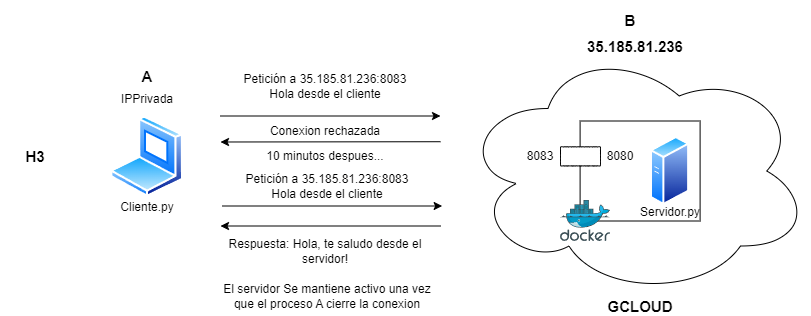
Before: TP1/H3/H3Diagrama.png, a diagram exported from draw.io (LucasLatessa/SDyPP-G3). Source tidied: cells renumbered, new cells last; positions are measured from the earlier drawing's top-left corner, leaving out a move shared by most shapes. Source of this version:
```xml
<mxGraphModel>
  <root>
    <mxCell id="0" />
    <mxCell id="1" parent="0" />
    <mxCell id="2" style="ellipse;shape=cloud;whiteSpace=wrap;html=1;" parent="1" vertex="1">
      <mxGeometry x="460" y="45.5" width="350" height="250" as="geometry" />
    </mxCell>
    <mxCell id="3" style="rounded=0;whiteSpace=wrap;html=1;" parent="1" vertex="1">
      <mxGeometry x="579.6" y="120.5" width="120" height="100" as="geometry" />
    </mxCell>
    <mxCell id="4" style="image;perimeter=ellipsePerimeter;html=1;align=center;shadow=0;dashed=0;spacingTop=3;image=img/lib/active_directory/generic_server.svg;" parent="1" vertex="1">
      <mxGeometry x="650" y="135.5" width="39.2" height="70" as="geometry" />
    </mxCell>
    <mxCell id="5" style="image;perimeter=ellipsePerimeter;html=1;align=center;shadow=0;dashed=0;spacingTop=3;image=img/lib/active_directory/laptop_client.svg;" parent="1" vertex="1">
      <mxGeometry x="110" y="115.5" width="73.3" height="81.4" as="geometry" />
    </mxCell>
    <mxCell id="6" value="IPPrivada&lt;div&gt;&lt;br&gt;&lt;/div&gt;" style="text;html=1;align=center;verticalAlign=middle;whiteSpace=wrap;rounded=0;" parent="1" vertex="1">
      <mxGeometry x="116.7" y="105.5" width="60" as="geometry" />
    </mxCell>
    <mxCell id="7" style="image;sketch=0;html=1;align=center;fontSize=12;image=img/lib/mscae/Docker.svg;" parent="1" vertex="1">
      <mxGeometry x="560" y="200" width="50" height="41" as="geometry" />
    </mxCell>
    <mxCell id="8" style="whiteSpace=wrap;html=1;shape=mxgraph.basic.cloud_rect;" parent="1" vertex="1">
      <mxGeometry x="560" y="146.2" width="40" height="19.3" as="geometry" />
    </mxCell>
    <mxCell id="9" value="&lt;div style=&quot;font-size: 15px;&quot;&gt;&lt;b&gt;35.185.81.236&lt;/b&gt;&lt;/div&gt;" style="text;html=1;align=center;verticalAlign=middle;whiteSpace=wrap;rounded=0;" parent="1" vertex="1">
      <mxGeometry x="550" y="25.5" width="170" height="40" as="geometry" />
    </mxCell>
    <mxCell id="10" value="Servidor.py" style="text;html=1;align=center;verticalAlign=middle;whiteSpace=wrap;rounded=0;" parent="1" vertex="1">
      <mxGeometry x="639.6" y="196.9" width="60" height="30" as="geometry" />
    </mxCell>
    <mxCell id="11" value="8083" style="text;html=1;align=center;verticalAlign=middle;whiteSpace=wrap;rounded=0;" parent="1" vertex="1">
      <mxGeometry x="510" y="141.2" width="60" height="30" as="geometry" />
    </mxCell>
    <mxCell id="12" value="8080" style="text;html=1;align=center;verticalAlign=middle;whiteSpace=wrap;rounded=0;" parent="1" vertex="1">
      <mxGeometry x="590" y="141.2" width="60" height="30" as="geometry" />
    </mxCell>
    <mxCell id="13" style="endArrow=classic;html=1;rounded=0;" parent="1" edge="1">
      <mxGeometry relative="1" as="geometry">
        <mxPoint x="220" y="115.5" as="sourcePoint" />
        <mxPoint x="440" y="115.5" as="targetPoint" />
      </mxGeometry>
    </mxCell>
    <mxCell id="14" value="Petición a 35.185.81.236:8083&lt;div&gt;Hola desde el cliente&lt;/div&gt;" style="text;html=1;align=center;verticalAlign=middle;whiteSpace=wrap;rounded=0;" parent="1" vertex="1">
      <mxGeometry x="220" y="65.5" width="210" height="40" as="geometry" />
    </mxCell>
    <mxCell id="15" style="endArrow=none;html=1;rounded=0;startArrow=classic;startFill=1;endFill=0;" parent="1" edge="1">
      <mxGeometry relative="1" as="geometry">
        <mxPoint x="220" y="225.5" as="sourcePoint" />
        <mxPoint x="440" y="225.5" as="targetPoint" />
      </mxGeometry>
    </mxCell>
    <mxCell id="16" value="Respuesta: Hola, te saludo desde el servidor!" style="text;html=1;align=center;verticalAlign=middle;whiteSpace=wrap;rounded=0;" parent="1" vertex="1">
      <mxGeometry x="220" y="241" width="210" height="20" as="geometry" />
    </mxCell>
    <mxCell id="17" value="&lt;div&gt;Cliente.py&lt;/div&gt;" style="text;html=1;align=center;verticalAlign=middle;whiteSpace=wrap;rounded=0;" parent="1" vertex="1">
      <mxGeometry x="116.7" y="191.9" width="60" height="30" as="geometry" />
    </mxCell>
    <mxCell id="18" value="El servidor Se mantiene activo una vez que el proceso A cierre la conexion" style="text;html=1;align=center;verticalAlign=middle;whiteSpace=wrap;rounded=0;" parent="1" vertex="1">
      <mxGeometry x="221.6" y="285.5" width="210" height="20" as="geometry" />
    </mxCell>
    <mxCell id="19" value="&lt;div style=&quot;font-size: 15px;&quot;&gt;&lt;b&gt;A&lt;/b&gt;&lt;/div&gt;" style="text;html=1;align=center;verticalAlign=middle;whiteSpace=wrap;rounded=0;" parent="1" vertex="1">
      <mxGeometry x="61.7" y="65.5" width="170" height="20" as="geometry" />
    </mxCell>
    <mxCell id="20" value="&lt;div style=&quot;font-size: 15px;&quot;&gt;&lt;b&gt;H3&lt;/b&gt;&lt;/div&gt;" style="text;html=1;align=center;verticalAlign=middle;whiteSpace=wrap;rounded=0;" parent="1" vertex="1">
      <mxGeometry y="146.2" width="70" height="20" as="geometry" />
    </mxCell>
    <mxCell id="21" value="&lt;div style=&quot;font-size: 15px;&quot;&gt;&lt;b&gt;GCLOUD&lt;/b&gt;&lt;/div&gt;" style="text;html=1;align=center;verticalAlign=middle;whiteSpace=wrap;rounded=0;" parent="1" vertex="1">
      <mxGeometry x="554.6" y="295.5" width="170" height="20" as="geometry" />
    </mxCell>
    <mxCell id="22" style="endArrow=classic;html=1;rounded=0;" parent="1" edge="1">
      <mxGeometry relative="1" as="geometry">
        <mxPoint x="221.6" y="205.5" as="sourcePoint" />
        <mxPoint x="441.6" y="205.5" as="targetPoint" />
      </mxGeometry>
    </mxCell>
    <mxCell id="23" value="Petición a 35.185.81.236:8083&lt;div&gt;Hola desde el cliente&lt;/div&gt;" style="text;html=1;align=center;verticalAlign=middle;whiteSpace=wrap;rounded=0;" parent="1" vertex="1">
      <mxGeometry x="221.6" y="165.5" width="210" height="40" as="geometry" />
    </mxCell>
    <mxCell id="24" style="endArrow=none;html=1;rounded=0;startArrow=classic;startFill=1;endFill=0;" parent="1" edge="1">
      <mxGeometry relative="1" as="geometry">
        <mxPoint x="220" y="141.5" as="sourcePoint" />
        <mxPoint x="440" y="141.2" as="targetPoint" />
      </mxGeometry>
    </mxCell>
    <mxCell id="25" style="endArrow=none;html=1;rounded=0;startArrow=classic;startFill=1;endFill=0;" parent="1" edge="1">
      <mxGeometry relative="1" as="geometry">
        <mxPoint x="220" y="141.2" as="sourcePoint" />
        <mxPoint x="220" y="141.2" as="targetPoint" />
      </mxGeometry>
    </mxCell>
    <mxCell id="26" value="Conexion rechazada" style="text;html=1;align=center;verticalAlign=middle;whiteSpace=wrap;rounded=0;" parent="1" vertex="1">
      <mxGeometry x="220" y="125.5" width="210" height="10" as="geometry" />
    </mxCell>
    <mxCell id="27" value="10 minutos despues..." style="text;html=1;align=center;verticalAlign=middle;whiteSpace=wrap;rounded=0;" parent="1" vertex="1">
      <mxGeometry x="220" y="151.2" width="210" height="10" as="geometry" />
    </mxCell>
    <mxCell id="28" value="&lt;div style=&quot;font-size: 15px;&quot;&gt;&lt;b&gt;B&lt;/b&gt;&lt;/div&gt;" style="text;html=1;align=center;verticalAlign=middle;whiteSpace=wrap;rounded=0;" parent="1" vertex="1">
      <mxGeometry x="544.6" width="170" height="40" as="geometry" />
    </mxCell>
  </root>
</mxGraphModel>
```
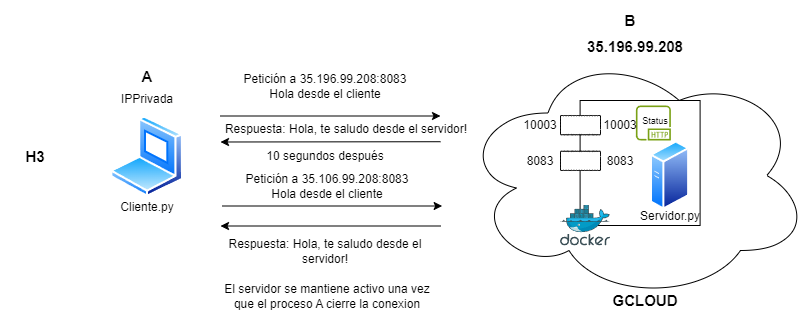
After the change.

The edit, as a diff of the source:
```diff
@@ -2,101 +2,116 @@
   <root>
     <mxCell id="0" />
     <mxCell id="1" parent="0" />
-    <mxCell id="2" style="ellipse;shape=cloud;whiteSpace=wrap;html=1;" parent="1" vertex="1">
-      <mxGeometry x="460" y="45.5" width="350" height="250" as="geometry" />
+    <mxCell id="2" style="image;perimeter=ellipsePerimeter;html=1;align=center;shadow=0;dashed=0;spacingTop=3;image=img/lib/active_directory/laptop_client.svg;" parent="1" vertex="1">
+      <mxGeometry x="110" y="115.5" width="73.3" height="81.4" as="geometry" />
     </mxCell>
-    <mxCell id="3" style="rounded=0;whiteSpace=wrap;html=1;" parent="1" vertex="1">
-      <mxGeometry x="579.6" y="120.5" width="120" height="100" as="geometry" />
+    <mxCell id="3" value="IPPrivada&lt;div&gt;&lt;br&gt;&lt;/div&gt;" style="text;html=1;align=center;verticalAlign=middle;whiteSpace=wrap;rounded=0;" parent="1" vertex="1">
+      <mxGeometry x="116.7" y="105.5" width="60" as="geometry" />
     </mxCell>
-    <mxCell id="4" style="image;perimeter=ellipsePerimeter;html=1;align=center;shadow=0;dashed=0;spacingTop=3;image=img/lib/active_directory/generic_server.svg;" parent="1" vertex="1">
-      <mxGeometry x="650" y="135.5" width="39.2" height="70" as="geometry" />
+    <mxCell id="4" value="&lt;div style=&quot;font-size: 15px;&quot;&gt;&lt;b&gt;35.196.99.208&lt;/b&gt;&lt;/div&gt;" style="text;html=1;align=center;verticalAlign=middle;whiteSpace=wrap;rounded=0;" parent="1" vertex="1">
+      <mxGeometry x="550" y="25.5" width="170" height="40" as="geometry" />
     </mxCell>
-    <mxCell id="5" style="image;perimeter=ellipsePerimeter;html=1;align=center;shadow=0;dashed=0;spacingTop=3;image=img/lib/active_directory/laptop_client.svg;" parent="1" vertex="1">
-      <mxGeometry x="110" y="115.5" width="73.3" height="81.4" as="geometry" />
+    <mxCell id="5" style="endArrow=classic;html=1;rounded=0;" parent="1" edge="1">
+      <mxGeometry relative="1" as="geometry">
+        <mxPoint x="220" y="115.5" as="sourcePoint" />
+        <mxPoint x="440" y="115.5" as="targetPoint" />
+      </mxGeometry>
     </mxCell>
-    <mxCell id="6" value="IPPrivada&lt;div&gt;&lt;br&gt;&lt;/div&gt;" style="text;html=1;align=center;verticalAlign=middle;whiteSpace=wrap;rounded=0;" parent="1" vertex="1">
-      <mxGeometry x="116.7" y="105.5" width="60" as="geometry" />
+    <mxCell id="6" value="Petición a 35.196.99.208:8083&lt;div&gt;Hola desde el cliente&lt;/div&gt;" style="text;html=1;align=center;verticalAlign=middle;whiteSpace=wrap;rounded=0;" parent="1" vertex="1">
+      <mxGeometry x="220" y="65.5" width="210" height="40" as="geometry" />
     </mxCell>
-    <mxCell id="7" style="image;sketch=0;html=1;align=center;fontSize=12;image=img/lib/mscae/Docker.svg;" parent="1" vertex="1">
-      <mxGeometry x="560" y="200" width="50" height="41" as="geometry" />
+    <mxCell id="7" style="endArrow=none;html=1;rounded=0;startArrow=classic;startFill=1;endFill=0;" parent="1" edge="1">
+      <mxGeometry relative="1" as="geometry">
+        <mxPoint x="220" y="225.5" as="sourcePoint" />
+        <mxPoint x="440" y="225.5" as="targetPoint" />
+      </mxGeometry>
     </mxCell>
-    <mxCell id="8" style="whiteSpace=wrap;html=1;shape=mxgraph.basic.cloud_rect;" parent="1" vertex="1">
-      <mxGeometry x="560" y="146.2" width="40" height="19.3" as="geometry" />
+    <mxCell id="8" value="Respuesta: Hola, te saludo desde el servidor!" style="text;html=1;align=center;verticalAlign=middle;whiteSpace=wrap;rounded=0;" parent="1" vertex="1">
+      <mxGeometry x="220" y="241" width="210" height="20" as="geometry" />
     </mxCell>
-    <mxCell id="9" value="&lt;div style=&quot;font-size: 15px;&quot;&gt;&lt;b&gt;35.185.81.236&lt;/b&gt;&lt;/div&gt;" style="text;html=1;align=center;verticalAlign=middle;whiteSpace=wrap;rounded=0;" parent="1" vertex="1">
-      <mxGeometry x="550" y="25.5" width="170" height="40" as="geometry" />
+    <mxCell id="9" value="&lt;div&gt;Cliente.py&lt;/div&gt;" style="text;html=1;align=center;verticalAlign=middle;whiteSpace=wrap;rounded=0;" parent="1" vertex="1">
+      <mxGeometry x="116.7" y="191.9" width="60" height="30" as="geometry" />
     </mxCell>
-    <mxCell id="10" value="Servidor.py" style="text;html=1;align=center;verticalAlign=middle;whiteSpace=wrap;rounded=0;" parent="1" vertex="1">
-      <mxGeometry x="639.6" y="196.9" width="60" height="30" as="geometry" />
+    <mxCell id="10" value="El servidor se mantiene activo una vez que el proceso A cierre la conexion" style="text;html=1;align=center;verticalAlign=middle;whiteSpace=wrap;rounded=0;" parent="1" vertex="1">
+      <mxGeometry x="221.6" y="285.5" width="210" height="20" as="geometry" />
     </mxCell>
-    <mxCell id="11" value="8083" style="text;html=1;align=center;verticalAlign=middle;whiteSpace=wrap;rounded=0;" parent="1" vertex="1">
-      <mxGeometry x="510" y="141.2" width="60" height="30" as="geometry" />
+    <mxCell id="11" value="&lt;div style=&quot;font-size: 15px;&quot;&gt;&lt;b&gt;A&lt;/b&gt;&lt;/div&gt;" style="text;html=1;align=center;verticalAlign=middle;whiteSpace=wrap;rounded=0;" parent="1" vertex="1">
+      <mxGeometry x="61.7" y="65.5" width="170" height="20" as="geometry" />
     </mxCell>
-    <mxCell id="12" value="8080" style="text;html=1;align=center;verticalAlign=middle;whiteSpace=wrap;rounded=0;" parent="1" vertex="1">
-      <mxGeometry x="590" y="141.2" width="60" height="30" as="geometry" />
+    <mxCell id="12" value="&lt;div style=&quot;font-size: 15px;&quot;&gt;&lt;b&gt;H3&lt;/b&gt;&lt;/div&gt;" style="text;html=1;align=center;verticalAlign=middle;whiteSpace=wrap;rounded=0;" parent="1" vertex="1">
+      <mxGeometry y="146.2" width="70" height="20" as="geometry" />
     </mxCell>
     <mxCell id="13" style="endArrow=classic;html=1;rounded=0;" parent="1" edge="1">
       <mxGeometry relative="1" as="geometry">
-        <mxPoint x="220" y="115.5" as="sourcePoint" />
-        <mxPoint x="440" y="115.5" as="targetPoint" />
+        <mxPoint x="221.6" y="205.5" as="sourcePoint" />
+        <mxPoint x="441.6" y="205.5" as="targetPoint" />
       </mxGeometry>
     </mxCell>
-    <mxCell id="14" value="Petición a 35.185.81.236:8083&lt;div&gt;Hola desde el cliente&lt;/div&gt;" style="text;html=1;align=center;verticalAlign=middle;whiteSpace=wrap;rounded=0;" parent="1" vertex="1">
-      <mxGeometry x="220" y="65.5" width="210" height="40" as="geometry" />
+    <mxCell id="14" value="Petición a 35.106.99.208:8083&lt;div&gt;Hola desde el cliente&lt;/div&gt;" style="text;html=1;align=center;verticalAlign=middle;whiteSpace=wrap;rounded=0;" parent="1" vertex="1">
+      <mxGeometry x="221.6" y="165.5" width="210" height="40" as="geometry" />
     </mxCell>
     <mxCell id="15" style="endArrow=none;html=1;rounded=0;startArrow=classic;startFill=1;endFill=0;" parent="1" edge="1">
       <mxGeometry relative="1" as="geometry">
-        <mxPoint x="220" y="225.5" as="sourcePoint" />
-        <mxPoint x="440" y="225.5" as="targetPoint" />
+        <mxPoint x="220" y="141.5" as="sourcePoint" />
+        <mxPoint x="440" y="141.2" as="targetPoint" />
       </mxGeometry>
     </mxCell>
-    <mxCell id="16" value="Respuesta: Hola, te saludo desde el servidor!" style="text;html=1;align=center;verticalAlign=middle;whiteSpace=wrap;rounded=0;" parent="1" vertex="1">
-      <mxGeometry x="220" y="241" width="210" height="20" as="geometry" />
+    <mxCell id="16" style="endArrow=none;html=1;rounded=0;startArrow=classic;startFill=1;endFill=0;" parent="1" edge="1">
+      <mxGeometry relative="1" as="geometry">
+        <mxPoint x="220" y="141.2" as="sourcePoint" />
+        <mxPoint x="220" y="141.2" as="targetPoint" />
+      </mxGeometry>
     </mxCell>
-    <mxCell id="17" value="&lt;div&gt;Cliente.py&lt;/div&gt;" style="text;html=1;align=center;verticalAlign=middle;whiteSpace=wrap;rounded=0;" parent="1" vertex="1">
-      <mxGeometry x="116.7" y="191.9" width="60" height="30" as="geometry" />
+    <mxCell id="17" value="10 segundos después" style="text;html=1;align=center;verticalAlign=middle;whiteSpace=wrap;rounded=0;" parent="1" vertex="1">
+      <mxGeometry x="220" y="151.2" width="210" height="10" as="geometry" />
     </mxCell>
-    <mxCell id="18" value="El servidor Se mantiene activo una vez que el proceso A cierre la conexion" style="text;html=1;align=center;verticalAlign=middle;whiteSpace=wrap;rounded=0;" parent="1" vertex="1">
-      <mxGeometry x="221.6" y="285.5" width="210" height="20" as="geometry" />
+    <mxCell id="18" value="&lt;div style=&quot;font-size: 15px;&quot;&gt;&lt;b&gt;B&lt;/b&gt;&lt;/div&gt;" style="text;html=1;align=center;verticalAlign=middle;whiteSpace=wrap;rounded=0;" parent="1" vertex="1">
+      <mxGeometry x="544.6" width="170" height="40" as="geometry" />
     </mxCell>
-    <mxCell id="19" value="&lt;div style=&quot;font-size: 15px;&quot;&gt;&lt;b&gt;A&lt;/b&gt;&lt;/div&gt;" style="text;html=1;align=center;verticalAlign=middle;whiteSpace=wrap;rounded=0;" parent="1" vertex="1">
-      <mxGeometry x="61.7" y="65.5" width="170" height="20" as="geometry" />
+    <mxCell id="19" style="ellipse;shape=cloud;whiteSpace=wrap;html=1;" parent="1" vertex="1">
+      <mxGeometry x="460" y="50" width="350" height="250" as="geometry" />
     </mxCell>
-    <mxCell id="20" value="&lt;div style=&quot;font-size: 15px;&quot;&gt;&lt;b&gt;H3&lt;/b&gt;&lt;/div&gt;" style="text;html=1;align=center;verticalAlign=middle;whiteSpace=wrap;rounded=0;" parent="1" vertex="1">
-      <mxGeometry y="146.2" width="70" height="20" as="geometry" />
+    <mxCell id="20" style="rounded=0;whiteSpace=wrap;html=1;" parent="1" vertex="1">
+      <mxGeometry x="579.6" y="100" width="120" height="125" as="geometry" />
     </mxCell>
-    <mxCell id="21" value="&lt;div style=&quot;font-size: 15px;&quot;&gt;&lt;b&gt;GCLOUD&lt;/b&gt;&lt;/div&gt;" style="text;html=1;align=center;verticalAlign=middle;whiteSpace=wrap;rounded=0;" parent="1" vertex="1">
-      <mxGeometry x="554.6" y="295.5" width="170" height="20" as="geometry" />
+    <mxCell id="21" style="image;perimeter=ellipsePerimeter;html=1;align=center;shadow=0;dashed=0;spacingTop=3;image=img/lib/active_directory/generic_server.svg;" parent="1" vertex="1">
+      <mxGeometry x="650" y="140" width="39.2" height="70" as="geometry" />
     </mxCell>
-    <mxCell id="22" style="endArrow=classic;html=1;rounded=0;" parent="1" edge="1">
-      <mxGeometry relative="1" as="geometry">
-        <mxPoint x="221.6" y="205.5" as="sourcePoint" />
-        <mxPoint x="441.6" y="205.5" as="targetPoint" />
-      </mxGeometry>
+    <mxCell id="22" style="image;sketch=0;html=1;align=center;fontSize=12;image=img/lib/mscae/Docker.svg;" parent="1" vertex="1">
+      <mxGeometry x="560" y="204.5" width="50" height="41" as="geometry" />
     </mxCell>
-    <mxCell id="23" value="Petición a 35.185.81.236:8083&lt;div&gt;Hola desde el cliente&lt;/div&gt;" style="text;html=1;align=center;verticalAlign=middle;whiteSpace=wrap;rounded=0;" parent="1" vertex="1">
-      <mxGeometry x="221.6" y="165.5" width="210" height="40" as="geometry" />
+    <mxCell id="23" style="whiteSpace=wrap;html=1;shape=mxgraph.basic.cloud_rect;" parent="1" vertex="1">
+      <mxGeometry x="560" y="150.7" width="40" height="19.3" as="geometry" />
     </mxCell>
-    <mxCell id="24" style="endArrow=none;html=1;rounded=0;startArrow=classic;startFill=1;endFill=0;" parent="1" edge="1">
-      <mxGeometry relative="1" as="geometry">
-        <mxPoint x="220" y="141.5" as="sourcePoint" />
-        <mxPoint x="440" y="141.2" as="targetPoint" />
-      </mxGeometry>
+    <mxCell id="24" value="Servidor.py" style="text;html=1;align=center;verticalAlign=middle;whiteSpace=wrap;rounded=0;" parent="1" vertex="1">
+      <mxGeometry x="639.6" y="201.4" width="60" height="30" as="geometry" />
     </mxCell>
-    <mxCell id="25" style="endArrow=none;html=1;rounded=0;startArrow=classic;startFill=1;endFill=0;" parent="1" edge="1">
-      <mxGeometry relative="1" as="geometry">
-        <mxPoint x="220" y="141.2" as="sourcePoint" />
-        <mxPoint x="220" y="141.2" as="targetPoint" />
-      </mxGeometry>
+    <mxCell id="25" value="8083" style="text;html=1;align=center;verticalAlign=middle;whiteSpace=wrap;rounded=0;" parent="1" vertex="1">
+      <mxGeometry x="510" y="145.7" width="60" height="30" as="geometry" />
     </mxCell>
-    <mxCell id="26" value="Conexion rechazada" style="text;html=1;align=center;verticalAlign=middle;whiteSpace=wrap;rounded=0;" parent="1" vertex="1">
-      <mxGeometry x="220" y="125.5" width="210" height="10" as="geometry" />
+    <mxCell id="26" value="8083" style="text;html=1;align=center;verticalAlign=middle;whiteSpace=wrap;rounded=0;" parent="1" vertex="1">
+      <mxGeometry x="590" y="145.7" width="60" height="30" as="geometry" />
     </mxCell>
-    <mxCell id="27" value="10 minutos despues..." style="text;html=1;align=center;verticalAlign=middle;whiteSpace=wrap;rounded=0;" parent="1" vertex="1">
-      <mxGeometry x="220" y="151.2" width="210" height="10" as="geometry" />
+    <mxCell id="27" value="&lt;div style=&quot;font-size: 15px;&quot;&gt;&lt;b&gt;GCLOUD&lt;/b&gt;&lt;/div&gt;" style="text;html=1;align=center;verticalAlign=middle;whiteSpace=wrap;rounded=0;" parent="1" vertex="1">
+      <mxGeometry x="560" y="290" width="170" height="20" as="geometry" />
     </mxCell>
-    <mxCell id="28" value="&lt;div style=&quot;font-size: 15px;&quot;&gt;&lt;b&gt;B&lt;/b&gt;&lt;/div&gt;" style="text;html=1;align=center;verticalAlign=middle;whiteSpace=wrap;rounded=0;" parent="1" vertex="1">
-      <mxGeometry x="544.6" width="170" height="40" as="geometry" />
+    <mxCell id="28" style="sketch=0;fontColor=#232F3E;gradientColor=none;fillColor=#7AA116;strokeColor=none;dashed=0;verticalLabelPosition=bottom;verticalAlign=top;align=center;html=1;fontSize=12;fontStyle=0;shape=mxgraph.aws4.http_protocol;" parent="1" vertex="1">
+      <mxGeometry x="635.4" y="105" width="35" height="35" as="geometry" />
     </mxCell>
+    <mxCell id="29" style="whiteSpace=wrap;html=1;shape=mxgraph.basic.cloud_rect;" parent="1" vertex="1">
+      <mxGeometry x="560" y="115" width="40" height="19.3" as="geometry" />
+    </mxCell>
+    <mxCell id="30" value="10003" style="text;html=1;align=center;verticalAlign=middle;whiteSpace=wrap;rounded=0;" parent="1" vertex="1">
+      <mxGeometry x="510" y="110" width="60" height="30" as="geometry" />
+    </mxCell>
+    <mxCell id="31" value="10003" style="text;html=1;align=center;verticalAlign=middle;whiteSpace=wrap;rounded=0;" parent="1" vertex="1">
+      <mxGeometry x="590" y="110" width="60" height="30" as="geometry" />
+    </mxCell>
+    <mxCell id="32" value="Status" style="text;html=1;align=center;verticalAlign=middle;whiteSpace=wrap;rounded=0;fontSize=9;" parent="1" vertex="1">
+      <mxGeometry x="617" y="108.6" width="76" height="25.7" as="geometry" />
+    </mxCell>
+    <mxCell id="33" value="Respuesta: Hola, te saludo desde el servidor!" style="text;html=1;align=center;verticalAlign=middle;whiteSpace=wrap;rounded=0;" parent="1" vertex="1">
+      <mxGeometry x="210" y="124.3" width="272.3" height="10" as="geometry" />
+    </mxCell>
   </root>
 </mxGraphModel>
```
